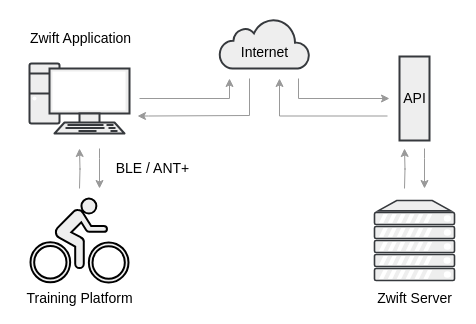
TheMechatronic/Skripsie-2022 keeps this draw.io diagram as Report/graphics/ZwiftConnection.drawio. Above is the earlier version. Source tidied: cells renumbered, new cells numbered last; positions are measured from the earlier drawing's top-left corner, leaving out a move shared by most shapes. Both pictures are drawn from the tidied source at 100%, with x=0, y=0 at pixel (21, 18).
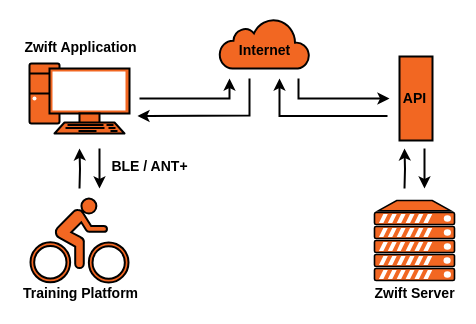
After the change.

Diff of the diagram source:
```diff
@@
-    <mxCell id="2" style="verticalAlign=top;verticalLabelPosition=bottom;labelPosition=center;align=center;html=1;gradientDirection=north;strokeWidth=2;shape=mxgraph.networks.server;fillColor=#eeeeee;strokeColor=#36393d;" parent="1" vertex="1">
+    <mxCell id="2" style="verticalAlign=top;verticalLabelPosition=bottom;labelPosition=center;align=center;html=1;strokeWidth=2;shape=mxgraph.networks.server;fillColor=#F26722;" parent="1" vertex="1">
       <mxGeometry x="353" y="182" width="80" height="80" as="geometry" />
     </mxCell>
-    <mxCell id="3" style="edgeStyle=orthogonalEdgeStyle;rounded=0;orthogonalLoop=1;jettySize=auto;html=1;startArrow=none;startFill=0;endArrow=classic;endFill=1;strokeColor=#999999;fontColor=#000000;" parent="1" edge="1">
+    <mxCell id="3" style="edgeStyle=orthogonalEdgeStyle;rounded=0;orthogonalLoop=1;jettySize=auto;html=1;startArrow=none;startFill=0;endArrow=classic;endFill=1;fontColor=#000000;strokeWidth=2;" parent="1" edge="1">
       <mxGeometry relative="1" as="geometry">
         <mxPoint x="118" y="80" as="sourcePoint" />
         <mxPoint x="208" y="60" as="targetPoint" />
         <Array as="points">
           <mxPoint x="208" y="80" />
           <mxPoint x="208" y="60" />
         </Array>
       </mxGeometry>
     </mxCell>
-    <mxCell id="4" style="verticalAlign=top;verticalLabelPosition=bottom;labelPosition=center;align=center;html=1;gradientDirection=north;strokeWidth=2;shape=mxgraph.networks.pc;fillColor=#eeeeee;strokeColor=#36393d;" parent="1" vertex="1">
+    <mxCell id="4" style="verticalAlign=top;verticalLabelPosition=bottom;labelPosition=center;align=center;html=1;strokeWidth=2;shape=mxgraph.networks.pc;fillColor=#F26722;" parent="1" vertex="1">
       <mxGeometry x="8" y="45" width="100" height="70" as="geometry" />
     </mxCell>
-    <mxCell id="5" style="edgeStyle=orthogonalEdgeStyle;orthogonalLoop=1;jettySize=auto;html=1;startArrow=none;startFill=0;endArrow=classic;endFill=1;strokeColor=#999999;fontColor=#000000;rounded=0;" parent="1" edge="1">
+    <mxCell id="5" style="edgeStyle=orthogonalEdgeStyle;orthogonalLoop=1;jettySize=auto;html=1;startArrow=none;startFill=0;endArrow=classic;endFill=1;fontColor=#000000;rounded=0;strokeWidth=2;" parent="1" edge="1">
       <mxGeometry relative="1" as="geometry">
         <mxPoint x="277" y="60" as="sourcePoint" />
         <mxPoint x="368" y="80" as="targetPoint" />
         <Array as="points">
           <mxPoint x="277" y="80" />
         </Array>
       </mxGeometry>
     </mxCell>
-    <mxCell id="6" value="&lt;font color=&quot;#000000&quot; style=&quot;font-size: 14px&quot;&gt;&lt;br&gt;Internet&lt;/font&gt;" style="html=1;gradientDirection=north;strokeWidth=2;shape=mxgraph.networks.cloud;fillColor=#eeeeee;strokeColor=#36393d;" parent="1" vertex="1">
+    <mxCell id="6" value="&lt;font color=&quot;#000000&quot; style=&quot;font-size: 14px&quot;&gt;&lt;b&gt;&lt;br&gt;Internet&lt;/b&gt;&lt;/font&gt;" style="html=1;strokeWidth=2;shape=mxgraph.networks.cloud;fillColor=#F26722;verticalAlign=top;" parent="1" vertex="1">
       <mxGeometry x="198" width="90" height="50" as="geometry" />
     </mxCell>
-    <mxCell id="7" style="edgeStyle=orthogonalEdgeStyle;rounded=0;orthogonalLoop=1;jettySize=auto;html=1;fillColor=#eeeeee;strokeColor=#999999;" parent="1" edge="1">
+    <mxCell id="7" style="edgeStyle=orthogonalEdgeStyle;rounded=0;orthogonalLoop=1;jettySize=auto;html=1;fillColor=#eeeeee;strokeWidth=2;" parent="1" edge="1">
       <mxGeometry relative="1" as="geometry">
         <mxPoint x="58" y="170" as="sourcePoint" />
         <mxPoint x="58" y="130" as="targetPoint" />
       </mxGeometry>
     </mxCell>
-    <mxCell id="8" style="shape=mxgraph.signs.sports.cycling;html=1;fillColor=#eeeeee;verticalLabelPosition=bottom;verticalAlign=top;align=center;strokeWidth=2;" parent="1" vertex="1">
+    <mxCell id="8" style="shape=mxgraph.signs.sports.cycling;html=1;verticalLabelPosition=bottom;verticalAlign=top;align=center;strokeWidth=2;fillColor=#F26722;" parent="1" vertex="1">
       <mxGeometry x="9" y="180" width="98" height="84" as="geometry" />
     </mxCell>
-    <mxCell id="9" style="edgeStyle=orthogonalEdgeStyle;rounded=0;orthogonalLoop=1;jettySize=auto;html=1;fillColor=#eeeeee;strokeColor=#999999;startArrow=classic;startFill=1;endArrow=none;endFill=0;" parent="1" edge="1">
+    <mxCell id="9" style="edgeStyle=orthogonalEdgeStyle;rounded=0;orthogonalLoop=1;jettySize=auto;html=1;fillColor=#eeeeee;startArrow=classic;startFill=1;endArrow=none;endFill=0;strokeWidth=2;" parent="1" edge="1">
       <mxGeometry relative="1" as="geometry">
         <mxPoint x="78" y="170" as="sourcePoint" />
         <mxPoint x="78" y="130" as="targetPoint" />
         <Array as="points">
           <mxPoint x="78" y="140" />
           <mxPoint x="78" y="140" />
         </Array>
       </mxGeometry>
     </mxCell>
-    <mxCell id="10" value="&lt;font style=&quot;font-size: 14px&quot;&gt;BLE / ANT+&lt;/font&gt;" style="text;html=1;align=center;verticalAlign=middle;" parent="1" vertex="1">
-      <mxGeometry x="89" y="141" width="84" height="18" as="geometry" />
+    <mxCell id="10" value="&lt;font style=&quot;font-size: 14px&quot;&gt;&lt;b&gt;BLE / ANT+&lt;/b&gt;&lt;/font&gt;" style="text;html=1;align=center;verticalAlign=middle;" parent="1" vertex="1">
+      <mxGeometry x="85" y="139" width="86" height="18" as="geometry" />
     </mxCell>
-    <mxCell id="11" value="&lt;font style=&quot;font-size: 14px&quot;&gt;Training Platform&lt;/font&gt;" style="text;html=1;align=center;verticalAlign=middle;fontColor=#000000;" parent="1" vertex="1">
-      <mxGeometry y="271" width="116" height="18" as="geometry" />
+    <mxCell id="11" value="&lt;font style=&quot;font-size: 14px&quot;&gt;&lt;b&gt;Training Platform&lt;/b&gt;&lt;/font&gt;" style="text;html=1;align=center;verticalAlign=middle;fontColor=#000000;" parent="1" vertex="1">
+      <mxGeometry x="-4" y="266" width="125" height="18" as="geometry" />
     </mxCell>
-    <mxCell id="12" value="&lt;font style=&quot;font-size: 14px&quot;&gt;Zwift Application&lt;/font&gt;" style="text;html=1;align=center;verticalAlign=middle;fontColor=#000000;" parent="1" vertex="1">
-      <mxGeometry x="3" y="11" width="111" height="18" as="geometry" />
+    <mxCell id="12" value="&lt;font style=&quot;font-size: 14px&quot;&gt;&lt;b&gt;Zwift Application&lt;/b&gt;&lt;/font&gt;" style="text;html=1;align=center;verticalAlign=middle;fontColor=#000000;" parent="1" vertex="1">
+      <mxGeometry x="-2.5" y="20" width="122" height="18" as="geometry" />
     </mxCell>
-    <mxCell id="13" style="rounded=0;whiteSpace=wrap;html=1;strokeColor=#36393d;strokeWidth=2;fillColor=#eeeeee;" parent="1" vertex="1">
-      <mxGeometry x="378" y="38" width="30" height="84" as="geometry" />
+    <mxCell id="13" style="whiteSpace=wrap;html=1;strokeColor=#000000;strokeWidth=2;fillColor=#F26722;verticalAlign=top;" parent="1" vertex="1">
+      <mxGeometry x="378" y="38" width="33" height="84" as="geometry" />
     </mxCell>
-    <mxCell id="14" value="&lt;font style=&quot;font-size: 14px&quot;&gt;API&lt;/font&gt;" style="text;html=1;align=center;verticalAlign=middle;fontColor=#000000;" parent="1" vertex="1">
-      <mxGeometry x="377" y="71" width="32" height="18" as="geometry" />
+    <mxCell id="14" value="&lt;font style=&quot;font-size: 14px&quot;&gt;&lt;b&gt;API&lt;/b&gt;&lt;/font&gt;" style="text;html=1;align=center;verticalAlign=middle;fontColor=#000000;" parent="1" vertex="1">
+      <mxGeometry x="376.5" y="71" width="33" height="18" as="geometry" />
     </mxCell>
-    <mxCell id="15" value="&lt;font style=&quot;font-size: 14px&quot;&gt;Zwift Server&lt;/font&gt;" style="text;html=1;align=center;verticalAlign=middle;fontColor=#000000;" parent="1" vertex="1">
-      <mxGeometry x="351" y="271" width="84" height="18" as="geometry" />
+    <mxCell id="15" value="&lt;font style=&quot;font-size: 14px&quot;&gt;&lt;b&gt;Zwift Server&lt;/b&gt;&lt;/font&gt;" style="text;html=1;align=center;verticalAlign=middle;fontColor=#000000;" parent="1" vertex="1">
+      <mxGeometry x="348" y="266" width="90" height="18" as="geometry" />
     </mxCell>
-    <mxCell id="16" style="edgeStyle=orthogonalEdgeStyle;orthogonalLoop=1;jettySize=auto;html=1;startArrow=classic;startFill=1;endArrow=none;endFill=0;strokeColor=#999999;fontColor=#000000;rounded=0;" parent="1" edge="1">
+    <mxCell id="16" style="edgeStyle=orthogonalEdgeStyle;orthogonalLoop=1;jettySize=auto;html=1;startArrow=classic;startFill=1;endArrow=none;endFill=0;fontColor=#000000;rounded=0;strokeWidth=2;" parent="1" edge="1">
       <mxGeometry relative="1" as="geometry">
         <mxPoint x="258" y="60" as="sourcePoint" />
         <mxPoint x="366" y="97.5" as="targetPoint" />
         <Array as="points">
           <mxPoint x="258" y="60" />
           <mxPoint x="258" y="98" />
         </Array>
       </mxGeometry>
     </mxCell>
-    <mxCell id="17" style="edgeStyle=orthogonalEdgeStyle;rounded=0;orthogonalLoop=1;jettySize=auto;html=1;startArrow=classic;startFill=1;endArrow=none;endFill=0;strokeColor=#999999;fontColor=#000000;" parent="1" edge="1">
+    <mxCell id="17" style="edgeStyle=orthogonalEdgeStyle;rounded=0;orthogonalLoop=1;jettySize=auto;html=1;startArrow=classic;startFill=1;endArrow=none;endFill=0;fontColor=#000000;strokeWidth=2;" parent="1" edge="1">
       <mxGeometry relative="1" as="geometry">
         <mxPoint x="116" y="97.5" as="sourcePoint" />
         <mxPoint x="228" y="60" as="targetPoint" />
         <Array as="points">
           <mxPoint x="127" y="98" />
           <mxPoint x="228" y="97" />
         </Array>
       </mxGeometry>
     </mxCell>
-    <mxCell id="18" style="group;" parent="1" vertex="1">
+    <mxCell id="18" style="group;strokeWidth=2;" parent="1" vertex="1">
       <mxGeometry x="383" y="130" width="20" height="40" as="geometry" />
     </mxCell>
-    <mxCell id="19" style="edgeStyle=orthogonalEdgeStyle;rounded=0;orthogonalLoop=1;jettySize=auto;html=1;fillColor=#eeeeee;strokeColor=#999999;" parent="18" edge="1">
+    <mxCell id="19" style="edgeStyle=orthogonalEdgeStyle;rounded=0;orthogonalLoop=1;jettySize=auto;html=1;fillColor=#eeeeee;strokeWidth=2;" parent="18" edge="1">
       <mxGeometry relative="1" as="geometry">
         <mxPoint y="40" as="sourcePoint" />
         <mxPoint as="targetPoint" />
       </mxGeometry>
     </mxCell>
-    <mxCell id="20" style="edgeStyle=orthogonalEdgeStyle;rounded=0;orthogonalLoop=1;jettySize=auto;html=1;fillColor=#eeeeee;strokeColor=#999999;startArrow=classic;startFill=1;endArrow=none;endFill=0;" parent="18" edge="1">
+    <mxCell id="20" style="edgeStyle=orthogonalEdgeStyle;rounded=0;orthogonalLoop=1;jettySize=auto;html=1;fillColor=#eeeeee;startArrow=classic;startFill=1;endArrow=none;endFill=0;strokeWidth=2;" parent="18" edge="1">
       <mxGeometry relative="1" as="geometry">
         <mxPoint x="20" y="40" as="sourcePoint" />
         <mxPoint x="20" as="targetPoint" />
         <Array as="points">
           <mxPoint x="20" y="10" />
           <mxPoint x="20" y="10" />
         </Array>
       </mxGeometry>
     </mxCell>
```
